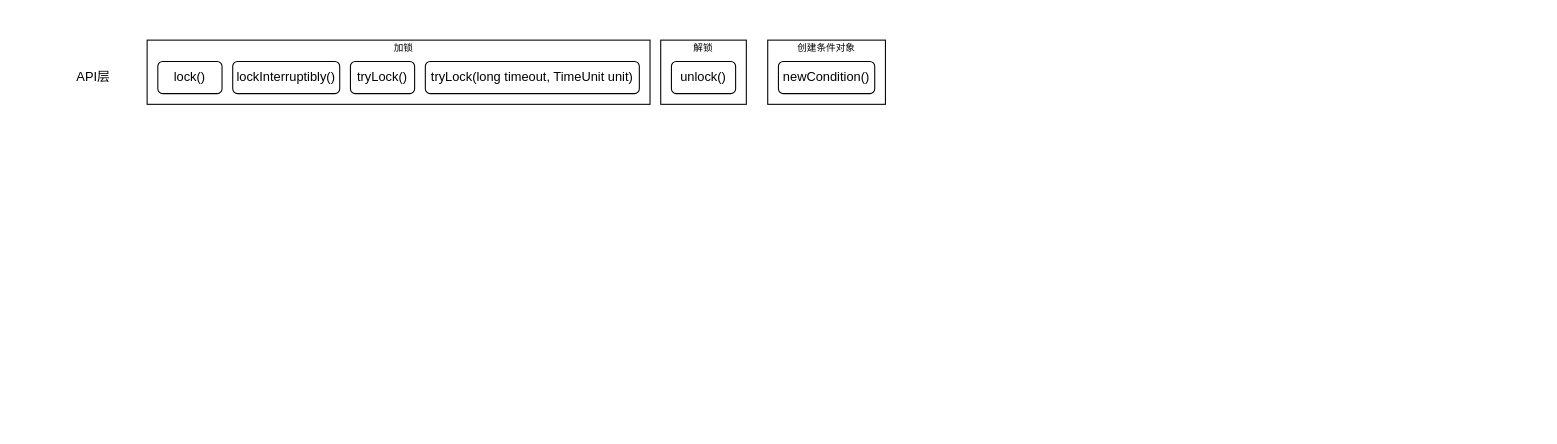
Before: 卖场/源码.drawio in lxcy-kdz/draw, a draw.io diagram. Source tidied: cells renumbered, new cells numbered last; positions are measured from the earlier drawing's top-left corner, leaving out a move shared by most shapes. Both pictures are drawn from the tidied source at 107%, with x=0, y=0 at pixel (61, 40).
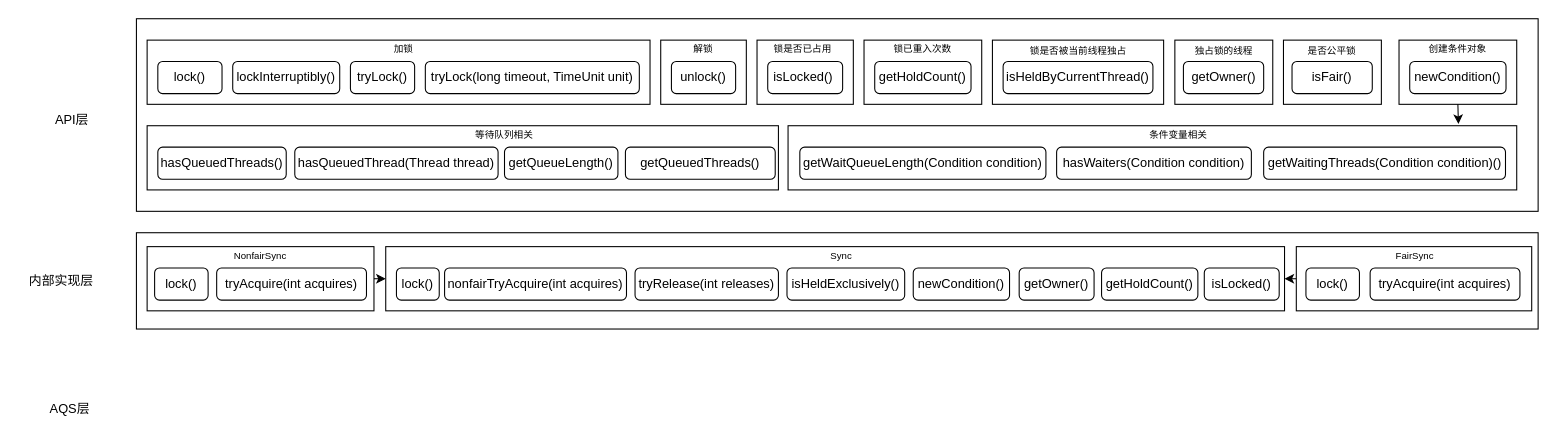
Above is the later version.

Change to the diagram source:
```diff
@@
+    <mxCell id="15" style="rounded=0;whiteSpace=wrap;html=1;" parent="1" vertex="1">
+      <mxGeometry x="70" y="180" width="1310" height="90" as="geometry" />
+    </mxCell>
+    <mxCell id="16" style="rounded=0;whiteSpace=wrap;html=1;" parent="1" vertex="1">
+      <mxGeometry x="70" y="-20" width="1310" height="180" as="geometry" />
+    </mxCell>
@@
     <mxCell id="8" value="&lt;font style=&quot;font-size: 9px;&quot;&gt;加锁&lt;/font&gt;" style="text;html=1;align=center;verticalAlign=middle;whiteSpace=wrap;rounded=0;" parent="1" vertex="1">
-      <mxGeometry x="290" y="2" width="60" height="10" as="geometry" />
+      <mxGeometry x="290" y="3" width="60" height="10" as="geometry" />
     </mxCell>
@@
     <mxCell id="10" value="&lt;font style=&quot;font-size: 9px;&quot;&gt;解锁&lt;/font&gt;" style="text;html=1;align=center;verticalAlign=middle;whiteSpace=wrap;rounded=0;" parent="1" vertex="1">
-      <mxGeometry x="570" y="2" width="60" height="10" as="geometry" />
+      <mxGeometry x="570" y="3" width="60" height="10" as="geometry" />
     </mxCell>
     <mxCell id="11" style="rounded=0;whiteSpace=wrap;html=1;" parent="1" vertex="1">
-      <mxGeometry x="660" width="110" height="60" as="geometry" />
+      <mxGeometry x="1250" width="110" height="60" as="geometry" />
     </mxCell>
     <mxCell id="12" value="newCondition()" style="rounded=1;whiteSpace=wrap;html=1;" parent="1" vertex="1">
-      <mxGeometry x="670" y="20" width="90" height="30" as="geometry" />
+      <mxGeometry x="1260" y="20" width="90" height="30" as="geometry" />
     </mxCell>
     <mxCell id="13" value="&lt;font style=&quot;font-size: 9px;&quot;&gt;创建条件对象&lt;/font&gt;" style="text;html=1;align=center;verticalAlign=middle;whiteSpace=wrap;rounded=0;" parent="1" vertex="1">
-      <mxGeometry x="685" y="2" width="60" height="10" as="geometry" />
+      <mxGeometry x="1275" y="3" width="60" height="10" as="geometry" />
     </mxCell>
     <mxCell id="14" value="API层" style="text;html=1;align=center;verticalAlign=middle;whiteSpace=wrap;rounded=0;" parent="1" vertex="1">
-      <mxGeometry y="20" width="60" height="30" as="geometry" />
+      <mxGeometry x="-20" y="60" width="60" height="30" as="geometry" />
     </mxCell>
+    <mxCell id="17" style="rounded=0;whiteSpace=wrap;html=1;" parent="1" vertex="1">
+      <mxGeometry x="750" width="110" height="60" as="geometry" />
+    </mxCell>
+    <mxCell id="18" value="getHoldCount()" style="rounded=1;whiteSpace=wrap;html=1;" parent="1" vertex="1">
+      <mxGeometry x="760" y="20" width="90" height="30" as="geometry" />
+    </mxCell>
+    <mxCell id="19" value="&lt;font style=&quot;font-size: 9px;&quot;&gt;锁已重入次数&lt;/font&gt;" style="text;html=1;align=center;verticalAlign=middle;whiteSpace=wrap;rounded=0;" parent="1" vertex="1">
+      <mxGeometry x="775" y="3" width="60" height="10" as="geometry" />
+    </mxCell>
+    <mxCell id="20" style="rounded=0;whiteSpace=wrap;html=1;" parent="1" vertex="1">
+      <mxGeometry x="650" width="90" height="60" as="geometry" />
+    </mxCell>
+    <mxCell id="21" value="isLocked()&amp;nbsp;" style="rounded=1;whiteSpace=wrap;html=1;" parent="1" vertex="1">
+      <mxGeometry x="660" y="20" width="70" height="30" as="geometry" />
+    </mxCell>
+    <mxCell id="22" value="&lt;font style=&quot;font-size: 9px;&quot;&gt;锁是否已占用&lt;/font&gt;" style="text;html=1;align=center;verticalAlign=middle;whiteSpace=wrap;rounded=0;" parent="1" vertex="1">
+      <mxGeometry x="663" y="3" width="60" height="10" as="geometry" />
+    </mxCell>
+    <mxCell id="23" style="rounded=0;whiteSpace=wrap;html=1;" parent="1" vertex="1">
+      <mxGeometry x="870" width="160" height="60" as="geometry" />
+    </mxCell>
+    <mxCell id="24" value="isHeldByCurrentThread()" style="rounded=1;whiteSpace=wrap;html=1;" parent="1" vertex="1">
+      <mxGeometry x="880" y="20" width="140" height="30" as="geometry" />
+    </mxCell>
+    <mxCell id="25" value="&lt;font style=&quot;font-size: 9px;&quot;&gt;锁是否被当前线程独占&lt;/font&gt;" style="text;html=1;align=center;verticalAlign=middle;whiteSpace=wrap;rounded=0;" parent="1" vertex="1">
+      <mxGeometry x="902.5" y="4" width="95" height="10" as="geometry" />
+    </mxCell>
+    <mxCell id="26" style="rounded=0;whiteSpace=wrap;html=1;" parent="1" vertex="1">
+      <mxGeometry x="1040.5" width="91.5" height="60" as="geometry" />
+    </mxCell>
+    <mxCell id="27" value="getOwner()" style="rounded=1;whiteSpace=wrap;html=1;" parent="1" vertex="1">
+      <mxGeometry x="1048.5" y="20" width="75" height="30" as="geometry" />
+    </mxCell>
+    <mxCell id="28" value="&lt;font style=&quot;font-size: 9px;&quot;&gt;独占锁的线程&lt;/font&gt;" style="text;html=1;align=center;verticalAlign=middle;whiteSpace=wrap;rounded=0;" parent="1" vertex="1">
+      <mxGeometry x="1038.5" y="4" width="95" height="10" as="geometry" />
+    </mxCell>
+    <mxCell id="29" style="rounded=0;whiteSpace=wrap;html=1;" parent="1" vertex="1">
+      <mxGeometry x="1142" width="91.5" height="60" as="geometry" />
+    </mxCell>
+    <mxCell id="30" value="isFair()" style="rounded=1;whiteSpace=wrap;html=1;" parent="1" vertex="1">
+      <mxGeometry x="1150" y="20" width="75" height="30" as="geometry" />
+    </mxCell>
+    <mxCell id="31" value="&lt;font style=&quot;font-size: 9px;&quot;&gt;是否公平锁&lt;/font&gt;" style="text;html=1;align=center;verticalAlign=middle;whiteSpace=wrap;rounded=0;" parent="1" vertex="1">
+      <mxGeometry x="1140" y="4" width="95" height="10" as="geometry" />
+    </mxCell>
+    <mxCell id="32" style="rounded=0;whiteSpace=wrap;html=1;" parent="1" vertex="1">
+      <mxGeometry x="80" y="80" width="590" height="60" as="geometry" />
+    </mxCell>
+    <mxCell id="33" value="hasQueuedThreads()" style="rounded=1;whiteSpace=wrap;html=1;" parent="1" vertex="1">
+      <mxGeometry x="90" y="100" width="120" height="30" as="geometry" />
+    </mxCell>
+    <mxCell id="34" value="hasQueuedThread(Thread thread)" style="rounded=1;whiteSpace=wrap;html=1;" parent="1" vertex="1">
+      <mxGeometry x="218" y="100" width="190" height="30" as="geometry" />
+    </mxCell>
+    <mxCell id="35" value="getQueueLength()" style="rounded=1;whiteSpace=wrap;html=1;" parent="1" vertex="1">
+      <mxGeometry x="414" y="100" width="106" height="30" as="geometry" />
+    </mxCell>
+    <mxCell id="36" value="getQueuedThreads()" style="rounded=1;whiteSpace=wrap;html=1;" parent="1" vertex="1">
+      <mxGeometry x="527" y="100" width="140" height="30" as="geometry" />
+    </mxCell>
+    <mxCell id="37" value="&lt;font style=&quot;font-size: 9px;&quot;&gt;等待队列相关&lt;/font&gt;" style="text;html=1;align=center;verticalAlign=middle;whiteSpace=wrap;rounded=0;" parent="1" vertex="1">
+      <mxGeometry x="384" y="83" width="60" height="10" as="geometry" />
+    </mxCell>
+    <mxCell id="38" style="rounded=0;whiteSpace=wrap;html=1;" parent="1" vertex="1">
+      <mxGeometry x="679" y="80" width="681" height="60" as="geometry" />
+    </mxCell>
+    <mxCell id="39" value="getWaitQueueLength(Condition condition)" style="rounded=1;whiteSpace=wrap;html=1;" parent="1" vertex="1">
+      <mxGeometry x="690" y="100" width="230" height="30" as="geometry" />
+    </mxCell>
+    <mxCell id="40" value="hasWaiters(Condition condition)" style="rounded=1;whiteSpace=wrap;html=1;" parent="1" vertex="1">
+      <mxGeometry x="930" y="100" width="182" height="30" as="geometry" />
+    </mxCell>
+    <mxCell id="41" value="getWaitingThreads(Condition condition)()" style="rounded=1;whiteSpace=wrap;html=1;" parent="1" vertex="1">
+      <mxGeometry x="1123.5" y="100" width="226" height="30" as="geometry" />
+    </mxCell>
+    <mxCell id="42" value="&lt;font style=&quot;font-size: 9px;&quot;&gt;条件变量相关&lt;/font&gt;" style="text;html=1;align=center;verticalAlign=middle;whiteSpace=wrap;rounded=0;" parent="1" vertex="1">
+      <mxGeometry x="1014" y="83" width="60" height="10" as="geometry" />
+    </mxCell>
+    <mxCell id="43" style="edgeStyle=orthogonalEdgeStyle;rounded=0;jettySize=auto;html=1;exitX=0.5;exitY=1;exitDx=0;exitDy=0;entryX=0.92;entryY=-0.027;entryDx=0;entryDy=0;entryPerimeter=0;" parent="1" edge="1" source="11" target="38">
+      <mxGeometry relative="1" as="geometry" />
+    </mxCell>
+    <mxCell id="44" style="edgeStyle=orthogonalEdgeStyle;rounded=0;jettySize=auto;html=1;exitX=1;exitY=0.5;exitDx=0;exitDy=0;entryX=0;entryY=0.5;entryDx=0;entryDy=0;" parent="1" edge="1" source="45" target="49">
+      <mxGeometry relative="1" as="geometry" />
+    </mxCell>
+    <mxCell id="45" style="rounded=0;whiteSpace=wrap;html=1;" parent="1" vertex="1">
+      <mxGeometry x="80" y="193" width="212" height="60" as="geometry" />
+    </mxCell>
+    <mxCell id="46" value="lock()" style="rounded=1;whiteSpace=wrap;html=1;" parent="1" vertex="1">
+      <mxGeometry x="87" y="213" width="50" height="30" as="geometry" />
+    </mxCell>
+    <mxCell id="47" value="tryAcquire(int acquires)" style="rounded=1;whiteSpace=wrap;html=1;" parent="1" vertex="1">
+      <mxGeometry x="145" y="213" width="140" height="30" as="geometry" />
+    </mxCell>
+    <mxCell id="48" value="&lt;font style=&quot;font-size: 9px;&quot;&gt;NonfairSync&lt;/font&gt;" style="text;html=1;align=center;verticalAlign=middle;whiteSpace=wrap;rounded=0;" parent="1" vertex="1">
+      <mxGeometry x="156" y="196" width="60" height="10" as="geometry" />
+    </mxCell>
+    <mxCell id="49" style="rounded=0;whiteSpace=wrap;html=1;" parent="1" vertex="1">
+      <mxGeometry x="303" y="193" width="840" height="60" as="geometry" />
+    </mxCell>
+    <mxCell id="50" value="lock()" style="rounded=1;whiteSpace=wrap;html=1;" parent="1" vertex="1">
+      <mxGeometry x="313" y="213" width="40" height="30" as="geometry" />
+    </mxCell>
+    <mxCell id="51" value="tryRelease(int releases)" style="rounded=1;whiteSpace=wrap;html=1;" parent="1" vertex="1">
+      <mxGeometry x="536" y="213" width="134" height="30" as="geometry" />
+    </mxCell>
+    <mxCell id="52" value="isHeldExclusively()" style="rounded=1;whiteSpace=wrap;html=1;" parent="1" vertex="1">
+      <mxGeometry x="678" y="213" width="110" height="30" as="geometry" />
+    </mxCell>
+    <mxCell id="53" value="nonfairTryAcquire(int acquires)" style="rounded=1;whiteSpace=wrap;html=1;" parent="1" vertex="1">
+      <mxGeometry x="358" y="213" width="170" height="30" as="geometry" />
+    </mxCell>
+    <mxCell id="54" value="&lt;font style=&quot;font-size: 9px;&quot;&gt;Sync&lt;/font&gt;" style="text;html=1;align=center;verticalAlign=middle;whiteSpace=wrap;rounded=0;" parent="1" vertex="1">
+      <mxGeometry x="699" y="196" width="60" height="10" as="geometry" />
+    </mxCell>
+    <mxCell id="55" style="edgeStyle=orthogonalEdgeStyle;rounded=0;jettySize=auto;html=1;exitX=0;exitY=0.5;exitDx=0;exitDy=0;entryX=1;entryY=0.5;entryDx=0;entryDy=0;" parent="1" edge="1" source="56" target="49">
+      <mxGeometry relative="1" as="geometry" />
+    </mxCell>
+    <mxCell id="56" style="rounded=0;whiteSpace=wrap;html=1;" parent="1" vertex="1">
+      <mxGeometry x="1154" y="193" width="220" height="60" as="geometry" />
+    </mxCell>
+    <mxCell id="57" value="lock()" style="rounded=1;whiteSpace=wrap;html=1;" parent="1" vertex="1">
+      <mxGeometry x="1163" y="213" width="50" height="30" as="geometry" />
+    </mxCell>
+    <mxCell id="58" value="tryAcquire(int acquires)" style="rounded=1;whiteSpace=wrap;html=1;" parent="1" vertex="1">
+      <mxGeometry x="1223" y="213" width="140" height="30" as="geometry" />
+    </mxCell>
+    <mxCell id="59" value="&lt;font style=&quot;font-size: 9px;&quot;&gt;FairSync&lt;/font&gt;" style="text;html=1;align=center;verticalAlign=middle;whiteSpace=wrap;rounded=0;" parent="1" vertex="1">
+      <mxGeometry x="1235" y="196" width="60" height="10" as="geometry" />
+    </mxCell>
+    <mxCell id="60" value="getOwner()" style="rounded=1;whiteSpace=wrap;html=1;" parent="1" vertex="1">
+      <mxGeometry x="895" y="213" width="70" height="30" as="geometry" />
+    </mxCell>
+    <mxCell id="61" value="newCondition()" style="rounded=1;whiteSpace=wrap;html=1;" parent="1" vertex="1">
+      <mxGeometry x="796" y="213" width="90" height="30" as="geometry" />
+    </mxCell>
+    <mxCell id="62" value="getHoldCount()" style="rounded=1;whiteSpace=wrap;html=1;" parent="1" vertex="1">
+      <mxGeometry x="972" y="213" width="90" height="30" as="geometry" />
+    </mxCell>
+    <mxCell id="63" value="isLocked()" style="rounded=1;whiteSpace=wrap;html=1;" parent="1" vertex="1">
+      <mxGeometry x="1068" y="213" width="70" height="30" as="geometry" />
+    </mxCell>
+    <mxCell id="64" value="内部实现层" style="text;html=1;align=center;verticalAlign=middle;whiteSpace=wrap;rounded=0;" parent="1" vertex="1">
+      <mxGeometry x="-40" y="210" width="80" height="30" as="geometry" />
+    </mxCell>
+    <mxCell id="65" value="AQS层" style="text;html=1;align=center;verticalAlign=middle;whiteSpace=wrap;rounded=0;" parent="1" vertex="1">
+      <mxGeometry x="-32" y="330" width="80" height="30" as="geometry" />
+    </mxCell>
```
